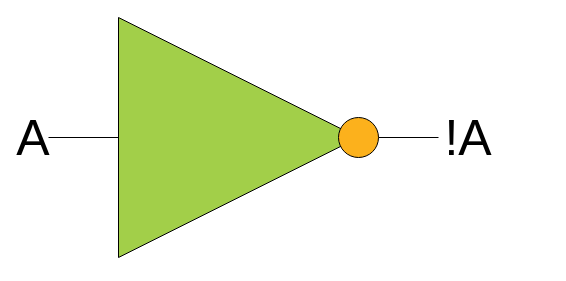
Earlier version of the draw.io diagram docs/drawings/NOTGate.drawio (Legohead259/OCE4531-Material). Source tidied: cells renumbered, new cells numbered last; positions are measured from the earlier drawing's top-left corner, leaving out a move shared by most shapes. Both pictures are drawn from the tidied source at 100%, with x=0, y=0 at pixel (18, 17).
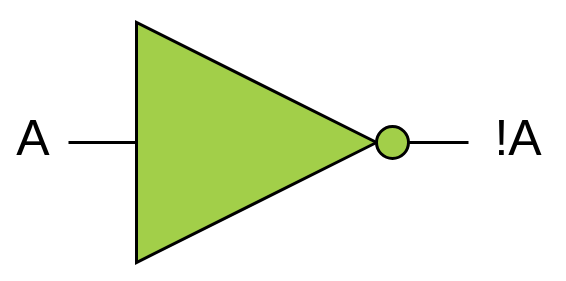
Above is the later version.

The edit, as a diff of the source:
```diff
@@
 <mxGraphModel>
   <root>
     <mxCell id="0" />
     <mxCell id="1" parent="0" />
     <mxCell id="2" value="&lt;font style=&quot;font-size: 50px&quot;&gt;A&lt;/font&gt;" style="text;html=1;strokeColor=none;fillColor=none;align=center;verticalAlign=middle;whiteSpace=wrap;rounded=0;" parent="1" vertex="1">
       <mxGeometry y="105" width="30" height="30" as="geometry" />
     </mxCell>
     <mxCell id="3" value="&lt;span style=&quot;font-size: 50px&quot;&gt;!A&lt;/span&gt;" style="text;html=1;strokeColor=none;fillColor=none;align=center;verticalAlign=middle;whiteSpace=wrap;rounded=0;" parent="1" vertex="1">
-      <mxGeometry x="420" y="105" width="60" height="30" as="geometry" />
+      <mxGeometry x="470" y="105" width="60" height="30" as="geometry" />
     </mxCell>
-    <mxCell id="4" style="edgeStyle=orthogonalEdgeStyle;rounded=0;jettySize=auto;html=1;exitX=0;exitY=0.5;exitDx=0;exitDy=0;entryX=1;entryY=0.5;entryDx=0;entryDy=0;endArrow=none;endFill=0;" parent="1" edge="1" source="5" target="2">
-      <mxGeometry relative="1" as="geometry" />
-    </mxCell>
-    <mxCell id="5" style="triangle;whiteSpace=wrap;html=1;fillColor=#A2CF49;" parent="1" vertex="1">
-      <mxGeometry x="100" width="240" height="240" as="geometry" />
-    </mxCell>
-    <mxCell id="6" style="edgeStyle=orthogonalEdgeStyle;rounded=0;jettySize=auto;html=1;exitX=1;exitY=0.5;exitDx=0;exitDy=0;entryX=0;entryY=0.5;entryDx=0;entryDy=0;endArrow=none;endFill=0;" parent="1" edge="1" source="7" target="3">
-      <mxGeometry relative="1" as="geometry" />
-    </mxCell>
-    <mxCell id="7" style="ellipse;whiteSpace=wrap;html=1;fillColor=#FCB11C;" parent="1" vertex="1">
-      <mxGeometry x="320" y="100" width="40" height="40" as="geometry" />
-    </mxCell>
+    <mxCell id="8" style="verticalLabelPosition=bottom;shadow=0;dashed=0;align=center;html=1;verticalAlign=top;shape=mxgraph.electrical.logic_gates.inverter_2;strokeWidth=3;fillColor=#A2CF49;" parent="1" vertex="1">
+      <mxGeometry x="50" y="5" width="400" height="240" as="geometry" />
+    </mxCell>
   </root>
 </mxGraphModel>
```
